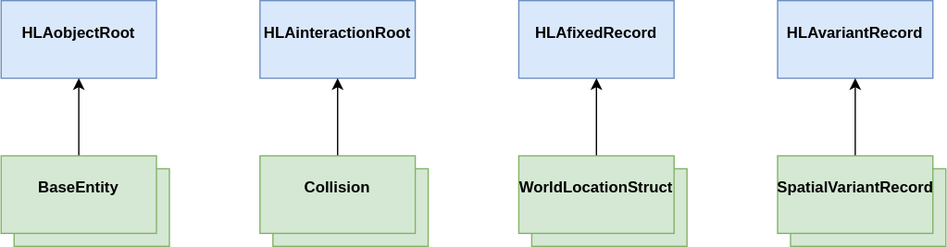
Above: docs/src/images/omt-helper-base.drawio.svg in IVCTool/TS_RPR_FOM (draw.io), before the change. Source tidied: cells renumbered, new cells last; positions are measured from the earlier drawing's top-left corner, leaving out a move shared by most shapes. Source of this version:
```xml
<mxGraphModel>
  <root>
    <mxCell id="0" />
    <mxCell id="1" parent="0" />
    <mxCell id="2" value="&lt;p style=&quot;margin:0px;margin-top:4px;text-align:center;&quot;&gt;&lt;br&gt;&lt;br&gt;&lt;/p&gt;" style="verticalAlign=top;align=left;overflow=fill;fontSize=12;fontFamily=Helvetica;html=1;fillColor=#d5e8d4;strokeColor=#82b366;" parent="1" vertex="1">
      <mxGeometry x="210" y="130" width="120" height="60" as="geometry" />
    </mxCell>
    <mxCell id="3" value="&lt;p style=&quot;margin:0px;margin-top:4px;text-align:center;&quot;&gt;&lt;br&gt;&lt;br&gt;&lt;/p&gt;" style="verticalAlign=top;align=left;overflow=fill;fontSize=12;fontFamily=Helvetica;html=1;fillColor=#d5e8d4;strokeColor=#82b366;" parent="1" vertex="1">
      <mxGeometry x="410" y="130" width="120" height="60" as="geometry" />
    </mxCell>
    <mxCell id="4" value="&lt;p style=&quot;margin:0px;margin-top:4px;text-align:center;&quot;&gt;&lt;br&gt;&lt;br&gt;&lt;/p&gt;" style="verticalAlign=top;align=left;overflow=fill;fontSize=12;fontFamily=Helvetica;html=1;fillColor=#d5e8d4;strokeColor=#82b366;" parent="1" vertex="1">
      <mxGeometry x="610" y="130" width="120" height="60" as="geometry" />
    </mxCell>
    <mxCell id="5" value="&lt;p style=&quot;margin:0px;margin-top:4px;text-align:center;&quot;&gt;&lt;br&gt;&lt;br&gt;&lt;/p&gt;" style="verticalAlign=top;align=left;overflow=fill;fontSize=12;fontFamily=Helvetica;html=1;fillColor=#d5e8d4;strokeColor=#82b366;" parent="1" vertex="1">
      <mxGeometry x="10" y="130" width="120" height="60" as="geometry" />
    </mxCell>
    <mxCell id="6" value="&lt;p style=&quot;margin:0px;margin-top:4px;text-align:center;&quot;&gt;&lt;br&gt;&lt;b&gt;HLAobjectRoot&lt;/b&gt;&lt;/p&gt;" style="verticalAlign=top;align=left;overflow=fill;fontSize=12;fontFamily=Helvetica;html=1;fillColor=#dae8fc;strokeColor=#6c8ebf;" parent="1" vertex="1">
      <mxGeometry width="120" height="60" as="geometry" />
    </mxCell>
    <mxCell id="7" value="&lt;p style=&quot;margin:0px;margin-top:4px;text-align:center;&quot;&gt;&lt;br&gt;&lt;b&gt;HLAinteractionRoot&lt;/b&gt;&lt;/p&gt;" style="verticalAlign=top;align=left;overflow=fill;fontSize=12;fontFamily=Helvetica;html=1;fillColor=#dae8fc;strokeColor=#6c8ebf;" parent="1" vertex="1">
      <mxGeometry x="200" width="120" height="60" as="geometry" />
    </mxCell>
    <mxCell id="8" value="&lt;p style=&quot;margin:0px;margin-top:4px;text-align:center;&quot;&gt;&lt;br&gt;&lt;b&gt;HLAfixedRecord&lt;/b&gt;&lt;/p&gt;" style="verticalAlign=top;align=left;overflow=fill;fontSize=12;fontFamily=Helvetica;html=1;fillColor=#dae8fc;strokeColor=#6c8ebf;" parent="1" vertex="1">
      <mxGeometry x="400" width="120" height="60" as="geometry" />
    </mxCell>
    <mxCell id="9" value="&lt;p style=&quot;margin:0px;margin-top:4px;text-align:center;&quot;&gt;&lt;br&gt;&lt;b&gt;HLAvariant&lt;/b&gt;&lt;b style=&quot;background-color: initial;&quot;&gt;Record&lt;/b&gt;&lt;/p&gt;" style="verticalAlign=top;align=left;overflow=fill;fontSize=12;fontFamily=Helvetica;html=1;fillColor=#dae8fc;strokeColor=#6c8ebf;" parent="1" vertex="1">
      <mxGeometry x="600" width="120" height="60" as="geometry" />
    </mxCell>
    <mxCell id="10" style="edgeStyle=none;html=1;" parent="1" edge="1" source="11" target="6">
      <mxGeometry relative="1" as="geometry" />
    </mxCell>
    <mxCell id="11" value="&lt;p style=&quot;margin:0px;margin-top:4px;text-align:center;&quot;&gt;&lt;br&gt;&lt;b&gt;BaseEntity&lt;/b&gt;&lt;/p&gt;" style="verticalAlign=top;align=left;overflow=fill;fontSize=12;fontFamily=Helvetica;html=1;fillColor=#d5e8d4;strokeColor=#82b366;" parent="1" vertex="1">
      <mxGeometry y="120" width="120" height="60" as="geometry" />
    </mxCell>
    <mxCell id="12" style="edgeStyle=none;html=1;" parent="1" edge="1" source="13" target="9">
      <mxGeometry relative="1" as="geometry" />
    </mxCell>
    <mxCell id="13" value="&lt;p style=&quot;margin:0px;margin-top:4px;text-align:center;&quot;&gt;&lt;br&gt;&lt;b&gt;SpatialVariantRecord&lt;/b&gt;&lt;/p&gt;" style="verticalAlign=top;align=left;overflow=fill;fontSize=12;fontFamily=Helvetica;html=1;fillColor=#d5e8d4;strokeColor=#82b366;" parent="1" vertex="1">
      <mxGeometry x="600" y="120" width="120" height="60" as="geometry" />
    </mxCell>
    <mxCell id="14" style="edgeStyle=none;html=1;" parent="1" edge="1" source="15" target="8">
      <mxGeometry relative="1" as="geometry" />
    </mxCell>
    <mxCell id="15" value="&lt;p style=&quot;margin:0px;margin-top:4px;text-align:center;&quot;&gt;&lt;br&gt;&lt;b&gt;WorldLocationStruct&lt;/b&gt;&lt;/p&gt;" style="verticalAlign=top;align=left;overflow=fill;fontSize=12;fontFamily=Helvetica;html=1;fillColor=#d5e8d4;strokeColor=#82b366;" parent="1" vertex="1">
      <mxGeometry x="400" y="120" width="120" height="60" as="geometry" />
    </mxCell>
    <mxCell id="16" style="edgeStyle=none;html=1;" parent="1" edge="1" source="17" target="7">
      <mxGeometry relative="1" as="geometry" />
    </mxCell>
    <mxCell id="17" value="&lt;p style=&quot;margin:0px;margin-top:4px;text-align:center;&quot;&gt;&lt;br&gt;&lt;b&gt;Collision&lt;/b&gt;&lt;/p&gt;" style="verticalAlign=top;align=left;overflow=fill;fontSize=12;fontFamily=Helvetica;html=1;fillColor=#d5e8d4;strokeColor=#82b366;" parent="1" vertex="1">
      <mxGeometry x="200" y="120" width="120" height="60" as="geometry" />
    </mxCell>
  </root>
</mxGraphModel>
```
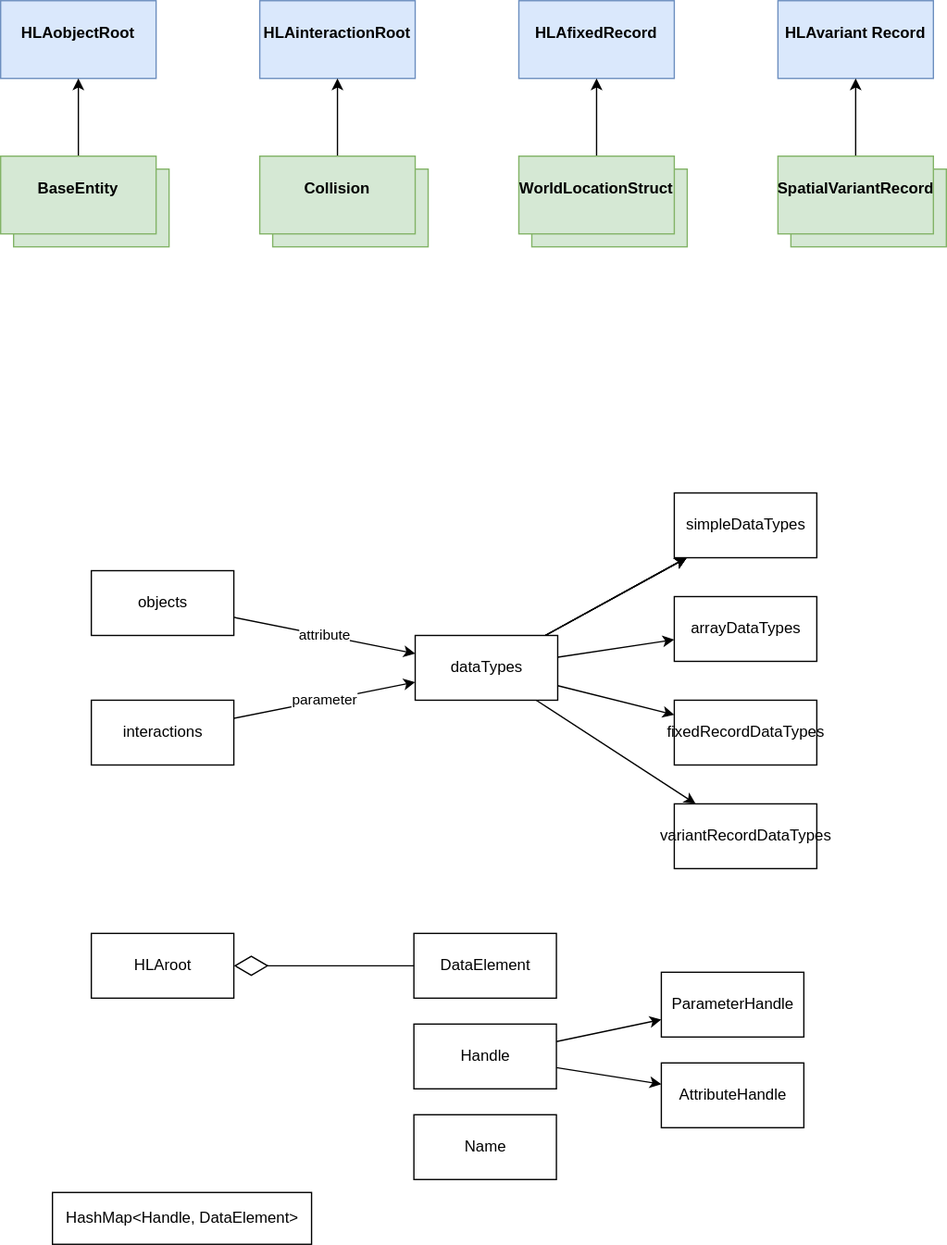
After the change.

Commit message:
helper class documentation

Diff of the diagram source:
```diff
@@ -50,5 +50,83 @@
     <mxCell id="17" value="&lt;p style=&quot;margin:0px;margin-top:4px;text-align:center;&quot;&gt;&lt;br&gt;&lt;b&gt;Collision&lt;/b&gt;&lt;/p&gt;" style="verticalAlign=top;align=left;overflow=fill;fontSize=12;fontFamily=Helvetica;html=1;fillColor=#d5e8d4;strokeColor=#82b366;" parent="1" vertex="1">
       <mxGeometry x="200" y="120" width="120" height="60" as="geometry" />
     </mxCell>
+    <mxCell id="18" style="edgeStyle=none;html=1;" parent="1" edge="1" source="25" target="26">
+      <mxGeometry relative="1" as="geometry" />
+    </mxCell>
+    <mxCell id="19" style="edgeStyle=none;html=1;" parent="1" edge="1" source="25" target="26">
+      <mxGeometry relative="1" as="geometry" />
+    </mxCell>
+    <mxCell id="20" style="edgeStyle=none;html=1;" parent="1" edge="1" source="25" target="26">
+      <mxGeometry relative="1" as="geometry" />
+    </mxCell>
+    <mxCell id="21" style="edgeStyle=none;html=1;" parent="1" edge="1" source="25" target="26">
+      <mxGeometry relative="1" as="geometry" />
+    </mxCell>
+    <mxCell id="22" style="edgeStyle=none;html=1;" parent="1" edge="1" source="25" target="27">
+      <mxGeometry relative="1" as="geometry" />
+    </mxCell>
+    <mxCell id="23" style="edgeStyle=none;html=1;" parent="1" edge="1" source="25" target="32">
+      <mxGeometry relative="1" as="geometry" />
+    </mxCell>
+    <mxCell id="24" style="edgeStyle=none;html=1;" parent="1" edge="1" source="25" target="33">
+      <mxGeometry relative="1" as="geometry" />
+    </mxCell>
+    <mxCell id="25" value="dataTypes" style="html=1;" parent="1" vertex="1">
+      <mxGeometry x="320" y="490" width="110" height="50" as="geometry" />
+    </mxCell>
+    <mxCell id="26" value="simpleDataTypes" style="html=1;" parent="1" vertex="1">
+      <mxGeometry x="520" y="380" width="110" height="50" as="geometry" />
+    </mxCell>
+    <mxCell id="27" value="arrayDataTypes" style="html=1;" parent="1" vertex="1">
+      <mxGeometry x="520" y="460" width="110" height="50" as="geometry" />
+    </mxCell>
+    <mxCell id="28" value="attribute" style="edgeStyle=none;html=1;" parent="1" edge="1" source="29" target="25">
+      <mxGeometry relative="1" as="geometry" />
+    </mxCell>
+    <mxCell id="29" value="objects" style="html=1;" parent="1" vertex="1">
+      <mxGeometry x="70" y="440" width="110" height="50" as="geometry" />
+    </mxCell>
+    <mxCell id="30" value="parameter" style="edgeStyle=none;html=1;" parent="1" edge="1" source="31" target="25">
+      <mxGeometry relative="1" as="geometry" />
+    </mxCell>
+    <mxCell id="31" value="interactions" style="html=1;" parent="1" vertex="1">
+      <mxGeometry x="70" y="540" width="110" height="50" as="geometry" />
+    </mxCell>
+    <mxCell id="32" value="fixedRecordDataTypes" style="html=1;" parent="1" vertex="1">
+      <mxGeometry x="520" y="540" width="110" height="50" as="geometry" />
+    </mxCell>
+    <mxCell id="33" value="variantRecordDataTypes" style="html=1;" parent="1" vertex="1">
+      <mxGeometry x="520" y="620" width="110" height="50" as="geometry" />
+    </mxCell>
+    <mxCell id="34" value="HLAroot" style="html=1;" parent="1" vertex="1">
+      <mxGeometry x="70" y="720" width="110" height="50" as="geometry" />
+    </mxCell>
+    <mxCell id="35" value="DataElement" style="html=1;" parent="1" vertex="1">
+      <mxGeometry x="319" y="720" width="110" height="50" as="geometry" />
+    </mxCell>
+    <mxCell id="36" style="endArrow=diamondThin;endFill=0;endSize=24;html=1;" parent="1" edge="1" source="35" target="34">
+      <mxGeometry relative="1" as="geometry" />
+    </mxCell>
+    <mxCell id="37" style="edgeStyle=none;html=1;" parent="1" edge="1" source="39" target="40">
+      <mxGeometry relative="1" as="geometry" />
+    </mxCell>
+    <mxCell id="38" style="edgeStyle=none;html=1;" parent="1" edge="1" source="39" target="41">
+      <mxGeometry relative="1" as="geometry" />
+    </mxCell>
+    <mxCell id="39" value="Handle" style="html=1;" parent="1" vertex="1">
+      <mxGeometry x="319" y="790" width="110" height="50" as="geometry" />
+    </mxCell>
+    <mxCell id="40" value="ParameterHandle" style="html=1;" parent="1" vertex="1">
+      <mxGeometry x="510" y="750" width="110" height="50" as="geometry" />
+    </mxCell>
+    <mxCell id="41" value="AttributeHandle" style="html=1;" parent="1" vertex="1">
+      <mxGeometry x="510" y="820" width="110" height="50" as="geometry" />
+    </mxCell>
+    <mxCell id="42" value="Name" style="html=1;" parent="1" vertex="1">
+      <mxGeometry x="319" y="860" width="110" height="50" as="geometry" />
+    </mxCell>
+    <mxCell id="43" value="HashMap&amp;lt;Handle, DataElement&amp;gt;" style="html=1;" parent="1" vertex="1">
+      <mxGeometry x="40" y="920" width="200" height="40" as="geometry" />
+    </mxCell>
   </root>
 </mxGraphModel>
```
